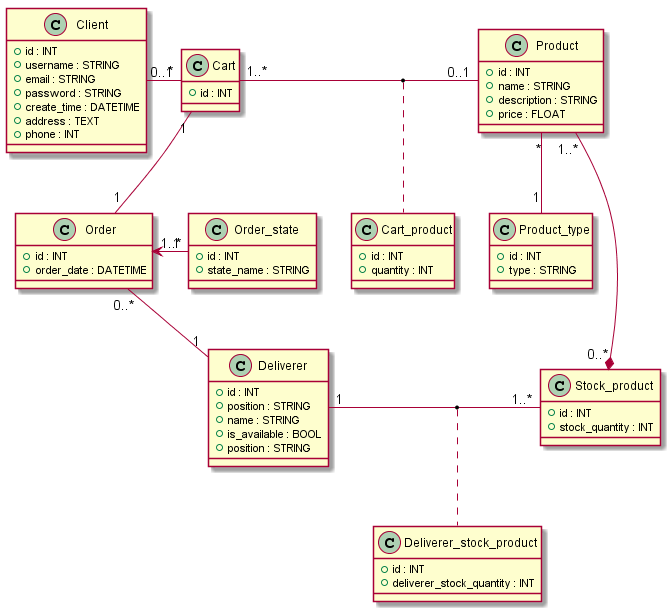
ArtGM/express-food keeps this PlantUML diagram as P4_03_schémaUML_Diagramme_Classes.png. Above is the earlier version. The source it was exported from:
```plantuml
@startuml
class Client {
  +id : INT
  +username : STRING
  +email : STRING
  +password : STRING
  +create_time : DATETIME
  +address : TEXT
  +phone : INT
}
class Cart {
  +id : INT
}
class Cart_product {
  +id : INT
  +quantity : INT
}
class Product {
  +id : INT
  +name : STRING
  +description : STRING
  +price : FLOAT
}
class Product_type {
  +id : INT
  +type : STRING
}
class Stock_product {
  +id : INT
  +stock_quantity : INT
}
class Order_state {
  +id : INT
  +state_name : STRING
}
class Order {
  +id : INT
  +order_date : DATETIME
}
class Deliverer {
  +id : INT
  +position : STRING
  +name : STRING
  +is_available : BOOL
  +position : STRING
}
class Deliverer_stock_product {
  +id : INT
  +deliverer_stock_quantity : INT
}
Client "0..1" - "*" Cart
Cart "1..*" - "0..1" Product
(Cart, Product) .. Cart_product
Product "*" -- "1" Product_type
Product "1..*" --* "0..*" Stock_product
Cart "1" -- "1" Order
Order "1..*" <- "1" Order_state
Order "0..*" -- "1" Deliverer
Deliverer "1" - "1..*" Stock_product
(Deliverer, Stock_product) .. Deliverer_stock_product
@enduml
```
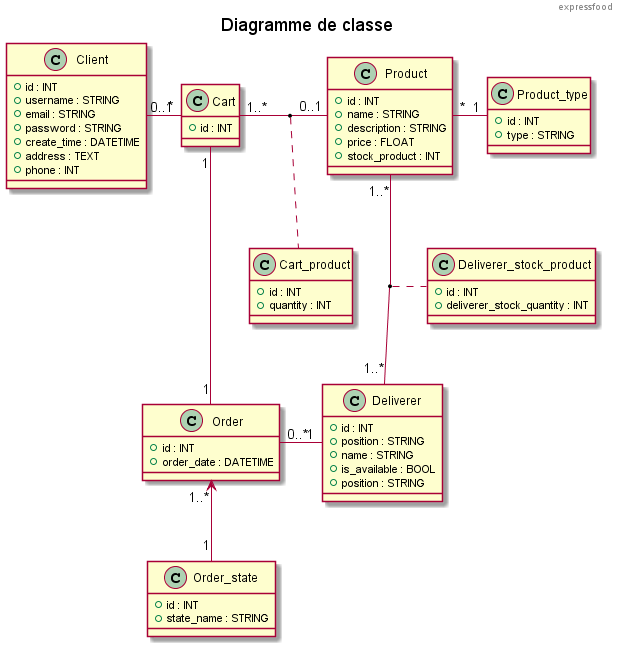
The same file after the commit.

Diff of the diagram source:
```diff
@@ -1,4 +1,6 @@
 @startuml
+header expressfood
+title Diagramme de classe
 class Client {
   +id : INT
   +username : STRING
@@ -11,24 +13,22 @@
 class Cart {
   +id : INT
 }
-class Cart_product {
-  +id : INT
-  +quantity : INT
-}
 class Product {
   +id : INT
   +name : STRING
   +description : STRING
   +price : FLOAT
+  +stock_product : INT
+}
+class Cart_product {
+  +id : INT
+  +quantity : INT
 }
 class Product_type {
   +id : INT
   +type : STRING
 }
-class Stock_product {
-  +id : INT
-  +stock_quantity : INT
-}
+
 class Order_state {
   +id : INT
   +state_name : STRING
@@ -50,12 +50,11 @@
 }
 Client "0..1" - "*" Cart
 Cart "1..*" - "0..1" Product
-(Cart, Product) .. Cart_product
-Product "*" -- "1" Product_type
-Product "1..*" --* "0..*" Stock_product
-Cart "1" -- "1" Order
-Order "1..*" <- "1" Order_state
-Order "0..*" -- "1" Deliverer
-Deliverer "1" - "1..*" Stock_product
-(Deliverer, Stock_product) .. Deliverer_stock_product
+(Cart, Product) . Cart_product
+Product "*" - "1" Product_type
+Cart "1" --- "1" Order
+Order "1..*" <-- "1" Order_state
+Order "0..*" - "1" Deliverer
+Product "1..*" -- "1..*" Deliverer
+(Deliverer, Product) .. Deliverer_stock_product
 @enduml
```
